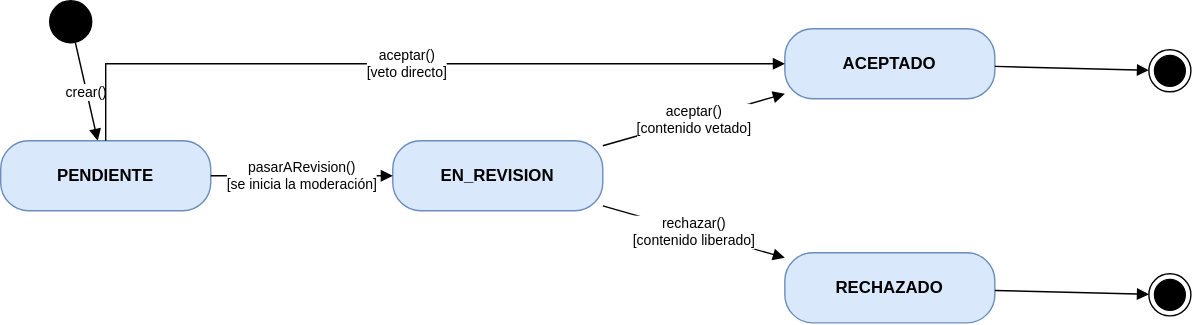
JaiderSoto07/kudos-backend keeps this draw.io diagram as documentacion/assets/diagramas/diagramas-estado-3.svg. Above is the earlier version. Source tidied: cells renumbered, new cells last; positions are measured from the earlier drawing's top-left corner, leaving out a move shared by most shapes. The source it was exported from:
```xml
<mxGraphModel>
  <root>
    <mxCell id="0" />
    <mxCell id="1" parent="0" />
    <mxCell id="2" value="PENDIENTE" style="rounded=1;whiteSpace=wrap;html=1;arcSize=40;fillColor=#dae8fc;strokeColor=#6c8ebf;fontStyle=1;" parent="1" vertex="1">
      <mxGeometry y="100" width="150" height="50" as="geometry" />
    </mxCell>
    <mxCell id="3" value="EN_REVISION" style="rounded=1;whiteSpace=wrap;html=1;arcSize=40;fillColor=#dae8fc;strokeColor=#6c8ebf;fontStyle=1;" parent="1" vertex="1">
      <mxGeometry x="280" y="100" width="150" height="50" as="geometry" />
    </mxCell>
    <mxCell id="4" value="ACEPTADO" style="rounded=1;whiteSpace=wrap;html=1;arcSize=40;fillColor=#dae8fc;strokeColor=#6c8ebf;fontStyle=1;" parent="1" vertex="1">
      <mxGeometry x="560" y="20" width="150" height="50" as="geometry" />
    </mxCell>
    <mxCell id="5" value="RECHAZADO" style="rounded=1;whiteSpace=wrap;html=1;arcSize=40;fillColor=#dae8fc;strokeColor=#6c8ebf;fontStyle=1;" parent="1" vertex="1">
      <mxGeometry x="560" y="180" width="150" height="50" as="geometry" />
    </mxCell>
    <mxCell id="6" style="ellipse;fillColor=#000000;strokeColor=#000000;" parent="1" vertex="1">
      <mxGeometry x="35" width="30" height="30" as="geometry" />
    </mxCell>
    <mxCell id="7" value="crear()" style="endArrow=block;endFill=1;html=1;rounded=0;fontSize=10;labelBackgroundColor=#ffffff;edgeStyle=none;" parent="1" edge="1" source="6" target="2">
      <mxGeometry relative="1" as="geometry" />
    </mxCell>
    <mxCell id="8" style="ellipse;html=1;shape=endState;fillColor=#000000;strokeColor=#000000;" parent="1" vertex="1">
      <mxGeometry x="820" y="35" width="30" height="30" as="geometry" />
    </mxCell>
    <mxCell id="9" style="endArrow=block;endFill=1;html=1;rounded=0;fontSize=10;labelBackgroundColor=#ffffff;edgeStyle=none;" parent="1" edge="1" source="4" target="8">
      <mxGeometry relative="1" as="geometry" />
    </mxCell>
    <mxCell id="10" style="ellipse;html=1;shape=endState;fillColor=#000000;strokeColor=#000000;" parent="1" vertex="1">
      <mxGeometry x="820" y="195" width="30" height="30" as="geometry" />
    </mxCell>
    <mxCell id="11" style="endArrow=block;endFill=1;html=1;rounded=0;fontSize=10;labelBackgroundColor=#ffffff;edgeStyle=none;" parent="1" edge="1" source="5" target="10">
      <mxGeometry relative="1" as="geometry" />
    </mxCell>
    <mxCell id="12" value="pasarARevision()&lt;br&gt;[se inicia la moderación]" style="endArrow=block;endFill=1;html=1;rounded=0;fontSize=10;labelBackgroundColor=#ffffff;edgeStyle=none;" parent="1" edge="1" source="2" target="3">
      <mxGeometry relative="1" as="geometry" />
    </mxCell>
    <mxCell id="13" value="aceptar()&lt;br&gt;[contenido vetado]" style="endArrow=block;endFill=1;html=1;rounded=0;fontSize=10;labelBackgroundColor=#ffffff;edgeStyle=none;" parent="1" edge="1" source="3" target="4">
      <mxGeometry relative="1" as="geometry" />
    </mxCell>
    <mxCell id="14" value="rechazar()&lt;br&gt;[contenido liberado]" style="endArrow=block;endFill=1;html=1;rounded=0;fontSize=10;labelBackgroundColor=#ffffff;edgeStyle=none;" parent="1" edge="1" source="3" target="5">
      <mxGeometry relative="1" as="geometry" />
    </mxCell>
    <mxCell id="15" value="aceptar()&lt;br&gt;[veto directo]" style="endArrow=block;endFill=1;html=1;rounded=0;fontSize=10;labelBackgroundColor=#ffffff;edgeStyle=none;" parent="1" edge="1" source="2" target="4">
      <mxGeometry relative="1" as="geometry">
        <Array as="points">
          <mxPoint x="75" y="45" />
        </Array>
      </mxGeometry>
    </mxCell>
  </root>
</mxGraphModel>
```
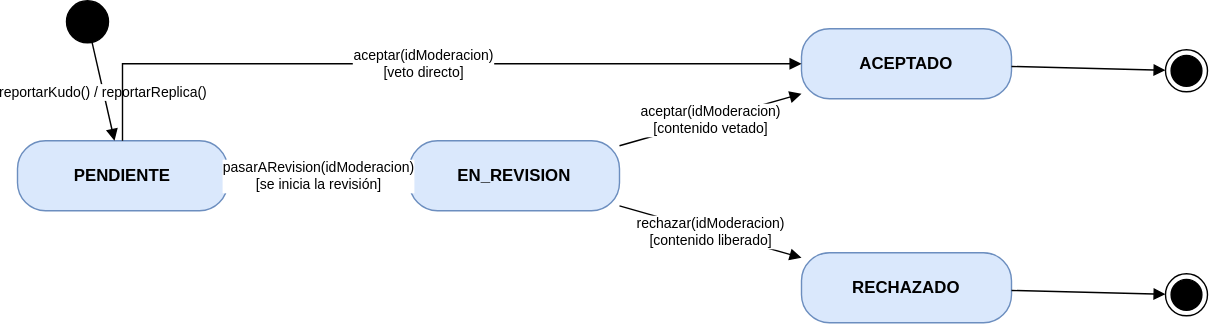
Later version of the same file.

Diff of the diagram source:
```diff
@@ -17,7 +17,7 @@
     <mxCell id="6" style="ellipse;fillColor=#000000;strokeColor=#000000;" parent="1" vertex="1">
       <mxGeometry x="35" width="30" height="30" as="geometry" />
     </mxCell>
-    <mxCell id="7" value="crear()" style="endArrow=block;endFill=1;html=1;rounded=0;fontSize=10;labelBackgroundColor=#ffffff;edgeStyle=none;" parent="1" edge="1" source="6" target="2">
+    <mxCell id="7" value="reportarKudo() / reportarReplica()" style="endArrow=block;endFill=1;html=1;rounded=0;fontSize=10;labelBackgroundColor=#ffffff;edgeStyle=none;" parent="1" edge="1" source="6" target="2">
       <mxGeometry relative="1" as="geometry" />
     </mxCell>
     <mxCell id="8" style="ellipse;html=1;shape=endState;fillColor=#000000;strokeColor=#000000;" parent="1" vertex="1">
@@ -32,16 +32,16 @@
     <mxCell id="11" style="endArrow=block;endFill=1;html=1;rounded=0;fontSize=10;labelBackgroundColor=#ffffff;edgeStyle=none;" parent="1" edge="1" source="5" target="10">
       <mxGeometry relative="1" as="geometry" />
     </mxCell>
-    <mxCell id="12" value="pasarARevision()&lt;br&gt;[se inicia la moderación]" style="endArrow=block;endFill=1;html=1;rounded=0;fontSize=10;labelBackgroundColor=#ffffff;edgeStyle=none;" parent="1" edge="1" source="2" target="3">
+    <mxCell id="12" value="pasarARevision(idModeracion)&lt;br&gt;[se inicia la revisión]" style="endArrow=block;endFill=1;html=1;rounded=0;fontSize=10;labelBackgroundColor=#ffffff;edgeStyle=none;" parent="1" edge="1" source="2" target="3">
       <mxGeometry relative="1" as="geometry" />
     </mxCell>
-    <mxCell id="13" value="aceptar()&lt;br&gt;[contenido vetado]" style="endArrow=block;endFill=1;html=1;rounded=0;fontSize=10;labelBackgroundColor=#ffffff;edgeStyle=none;" parent="1" edge="1" source="3" target="4">
+    <mxCell id="13" value="aceptar(idModeracion)&lt;br&gt;[contenido vetado]" style="endArrow=block;endFill=1;html=1;rounded=0;fontSize=10;labelBackgroundColor=#ffffff;edgeStyle=none;" parent="1" edge="1" source="3" target="4">
       <mxGeometry relative="1" as="geometry" />
     </mxCell>
-    <mxCell id="14" value="rechazar()&lt;br&gt;[contenido liberado]" style="endArrow=block;endFill=1;html=1;rounded=0;fontSize=10;labelBackgroundColor=#ffffff;edgeStyle=none;" parent="1" edge="1" source="3" target="5">
+    <mxCell id="14" value="rechazar(idModeracion)&lt;br&gt;[contenido liberado]" style="endArrow=block;endFill=1;html=1;rounded=0;fontSize=10;labelBackgroundColor=#ffffff;edgeStyle=none;" parent="1" edge="1" source="3" target="5">
       <mxGeometry relative="1" as="geometry" />
     </mxCell>
-    <mxCell id="15" value="aceptar()&lt;br&gt;[veto directo]" style="endArrow=block;endFill=1;html=1;rounded=0;fontSize=10;labelBackgroundColor=#ffffff;edgeStyle=none;" parent="1" edge="1" source="2" target="4">
+    <mxCell id="15" value="aceptar(idModeracion)&lt;br&gt;[veto directo]" style="endArrow=block;endFill=1;html=1;rounded=0;fontSize=10;labelBackgroundColor=#ffffff;edgeStyle=none;" parent="1" edge="1" source="2" target="4">
       <mxGeometry relative="1" as="geometry">
         <Array as="points">
           <mxPoint x="75" y="45" />
```
